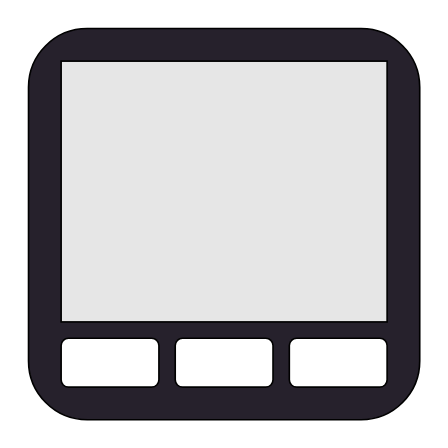
This is docs/m5stack.drawio from sasamisun/M5stackJugyo, a draw.io file, before an edit. Source tidied: cells renumbered, new cells numbered last; positions are measured from the earlier drawing's top-left corner, leaving out a move shared by most shapes. Both pictures are drawn from the tidied source at 163%, with x=0, y=0 at pixel (28, 28).
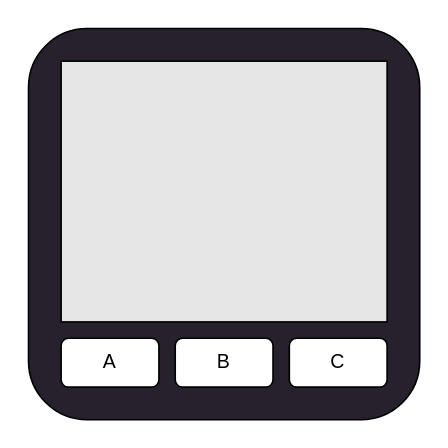
The same diagram, later.

What changed in the source:
```diff
@@
 <mxGraphModel>
   <root>
     <mxCell id="0" />
     <mxCell id="1" parent="0" />
     <mxCell id="2" style="rounded=1;whiteSpace=wrap;html=1;fillColor=#26212c;" parent="1" vertex="1">
       <mxGeometry width="240" height="240" as="geometry" />
     </mxCell>
     <mxCell id="3" style="rounded=1;whiteSpace=wrap;html=1;fillColor=#FFFFFF;" parent="1" vertex="1">
       <mxGeometry x="20" y="190" width="60" height="30" as="geometry" />
     </mxCell>
     <mxCell id="4" style="rounded=1;whiteSpace=wrap;html=1;fillColor=#FFFFFF;" parent="1" vertex="1">
       <mxGeometry x="90" y="190" width="60" height="30" as="geometry" />
     </mxCell>
     <mxCell id="5" style="rounded=1;whiteSpace=wrap;html=1;fillColor=#FFFFFF;" parent="1" vertex="1">
       <mxGeometry x="160" y="190" width="60" height="30" as="geometry" />
     </mxCell>
     <mxCell id="6" style="rounded=0;whiteSpace=wrap;html=1;fillColor=#E6E6E6;" parent="1" vertex="1">
       <mxGeometry x="20" y="20" width="200" height="160" as="geometry" />
     </mxCell>
+    <mxCell id="7" value="&lt;font color=&quot;#000000&quot;&gt;A&lt;/font&gt;" style="text;strokeColor=none;align=center;fillColor=none;html=1;verticalAlign=middle;whiteSpace=wrap;rounded=0;" parent="1" vertex="1">
+      <mxGeometry x="30" y="190" width="40" height="30" as="geometry" />
+    </mxCell>
+    <mxCell id="8" value="&lt;font color=&quot;#000000&quot;&gt;B&lt;/font&gt;" style="text;strokeColor=none;align=center;fillColor=none;html=1;verticalAlign=middle;whiteSpace=wrap;rounded=0;" parent="1" vertex="1">
+      <mxGeometry x="100" y="190" width="40" height="30" as="geometry" />
+    </mxCell>
+    <mxCell id="9" value="&lt;font color=&quot;#000000&quot;&gt;C&lt;/font&gt;" style="text;strokeColor=none;align=center;fillColor=none;html=1;verticalAlign=middle;whiteSpace=wrap;rounded=0;" parent="1" vertex="1">
+      <mxGeometry x="170" y="190" width="40" height="30" as="geometry" />
+    </mxCell>
   </root>
 </mxGraphModel>
```
